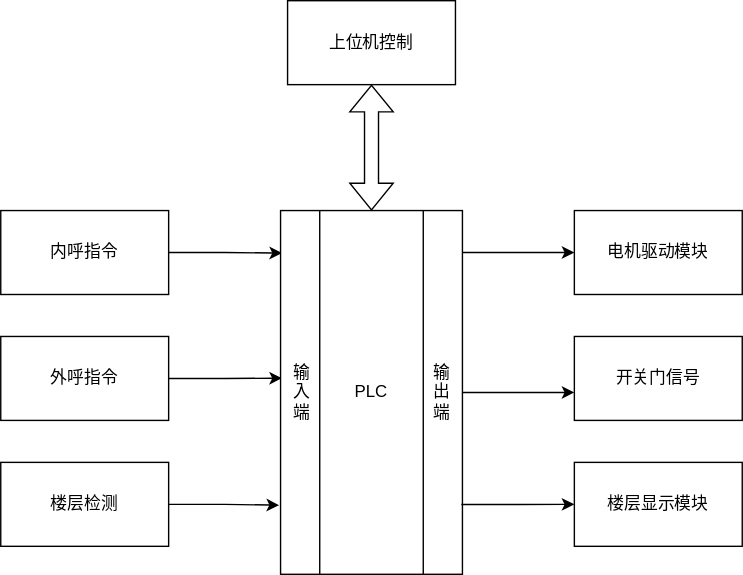
Earlier version of the draw.io export Draw.io/PLC控制的四层电梯硬件框图.svg (InoryLwc/ConfigRepo). Source tidied: cells renumbered, new cells last; positions are measured from the earlier drawing's top-left corner, leaving out a move shared by most shapes.
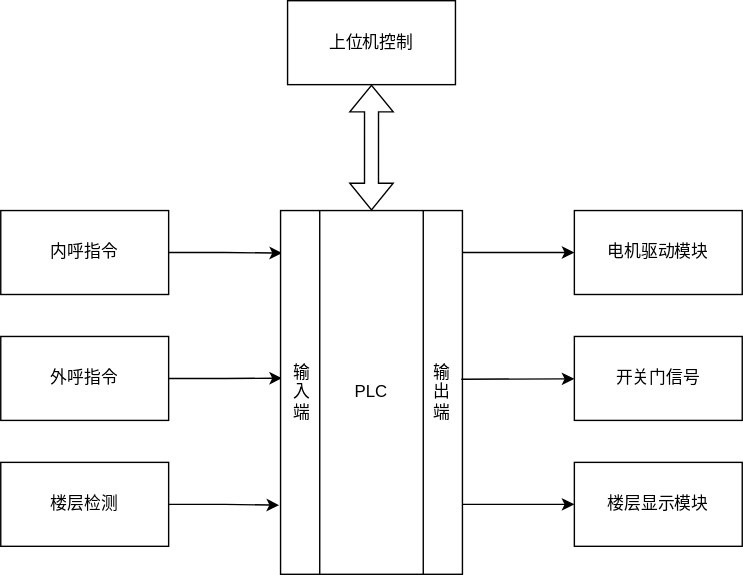
Later version of the same file.

Commit message:
更新PLC控制的四层电梯硬件框图.svg

The edit, as a diff of the source:
```diff
@@ -46,9 +46,6 @@
         </Array>
       </mxGeometry>
     </mxCell>
-    <mxCell id="15" style="edgeStyle=orthogonalEdgeStyle;rounded=0;jettySize=auto;html=1;exitX=0.994;exitY=0.808;exitDx=0;exitDy=0;exitPerimeter=0;entryX=0;entryY=0.5;entryDx=0;entryDy=0;" parent="1" edge="1" source="11" target="7">
-      <mxGeometry relative="1" as="geometry" />
-    </mxCell>
     <mxCell id="16" value="上位机控制" style="rounded=0;whiteSpace=wrap;html=1;" parent="1" vertex="1">
       <mxGeometry x="205" width="120" height="60" as="geometry" />
     </mxCell>
@@ -58,10 +55,13 @@
     <mxCell id="18" value="开关门信号" style="rounded=0;whiteSpace=wrap;html=1;" parent="1" vertex="1">
       <mxGeometry x="410" y="240" width="120" height="60" as="geometry" />
     </mxCell>
-    <mxCell id="19" style="edgeStyle=orthogonalEdgeStyle;rounded=0;jettySize=auto;html=1;" parent="1" edge="1" source="11">
-      <mxGeometry relative="1" as="geometry">
-        <mxPoint x="410" y="280" as="targetPoint" />
-      </mxGeometry>
-    </mxCell>
+    <mxCell id="20" style="endArrow=classic;html=1;rounded=0;entryX=0;entryY=0.5;entryDx=0;entryDy=0;" parent="1" edge="1" target="7">
+      <mxGeometry relative="1" as="geometry">
+        <mxPoint x="330" y="360" as="sourcePoint" />
+      </mxGeometry>
+    </mxCell>
+    <mxCell id="21" style="endArrow=classic;html=1;rounded=0;exitX=0.973;exitY=0.312;exitDx=0;exitDy=0;exitPerimeter=0;" parent="1" edge="1" source="13" target="18">
+      <mxGeometry relative="1" as="geometry" />
+    </mxCell>
   </root>
 </mxGraphModel>
```
